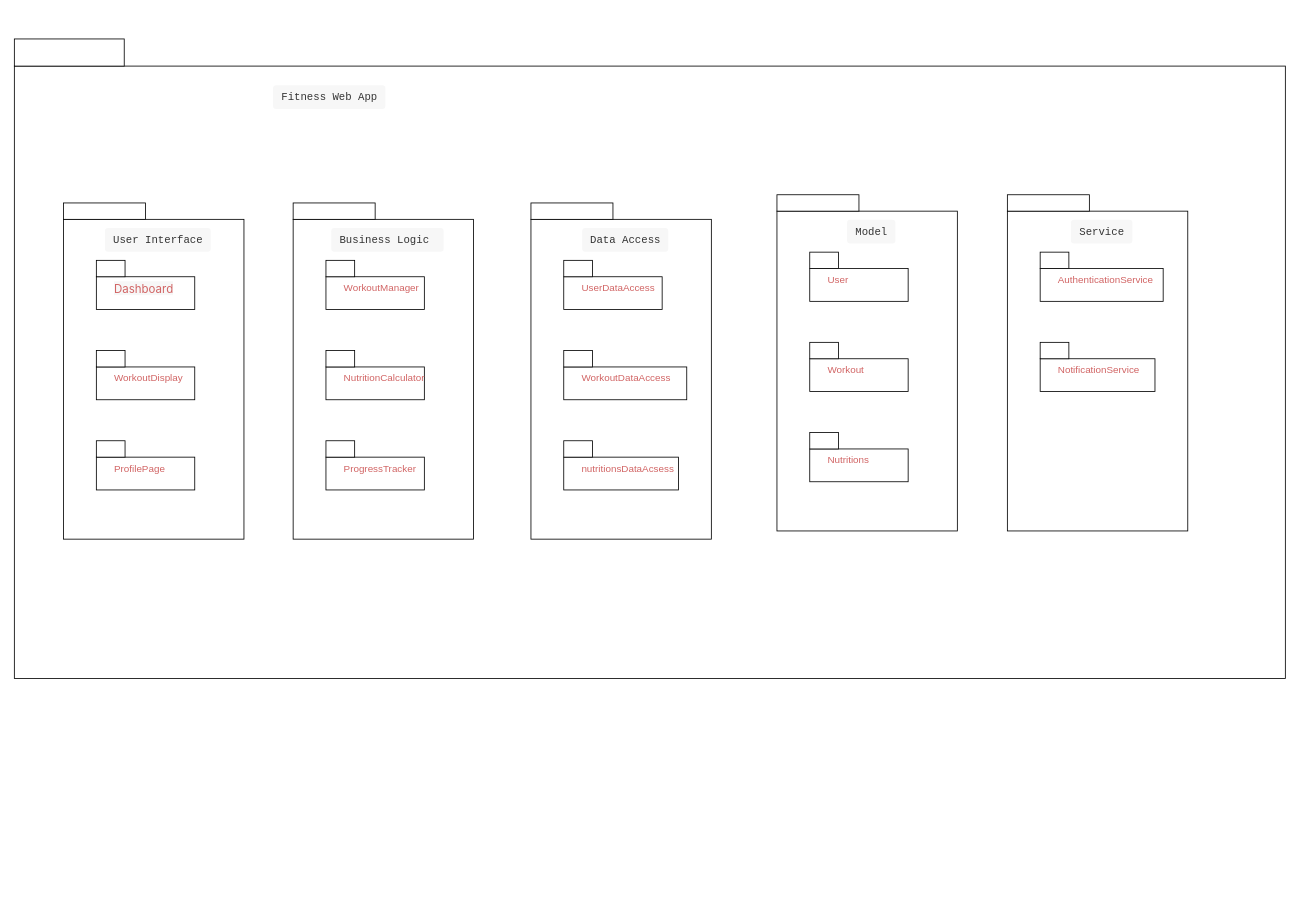
Ebrahim-Ramadan/myfitrainer-app keeps this draw.io diagram as public/PackageDiragram.drawio. Above is the earlier version. Source tidied: cells renumbered, new cells numbered last; positions are measured from the earlier drawing's top-left corner, leaving out a move shared by most shapes. Both pictures are drawn from the tidied source at 82%, with x=0, y=0 at pixel (14, 14).
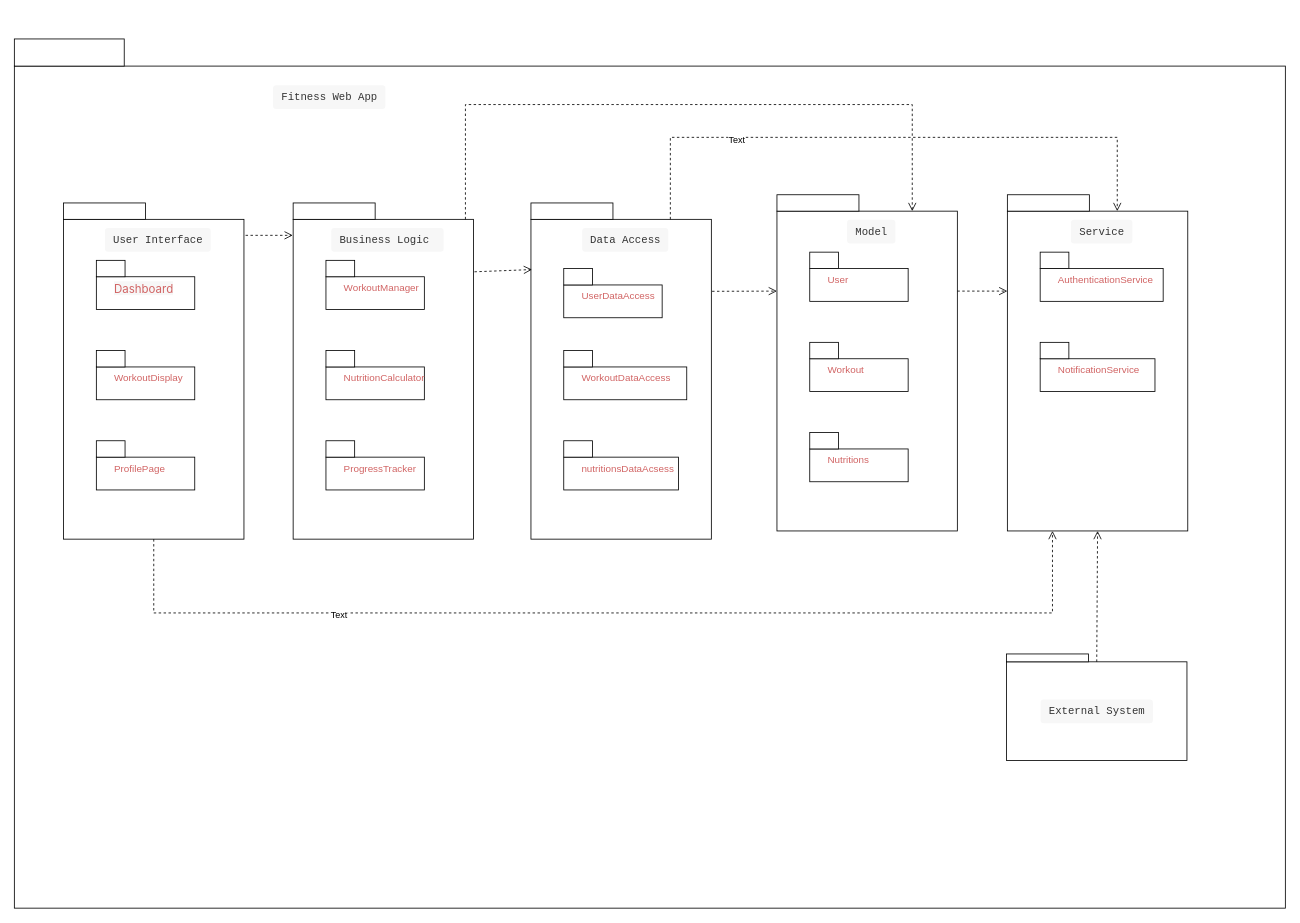
After the change.

Unchanged cells that the change refers to:
```xml
<mxCell id="7" style="rounded=0;whiteSpace=wrap;html=1;" parent="6" vertex="1">
  <mxGeometry y="20" width="220" height="390" as="geometry" />
</mxCell>
<mxCell id="23" style="rounded=0;whiteSpace=wrap;html=1;" parent="22" vertex="1">
  <mxGeometry y="20" width="220" height="390" as="geometry" />
</mxCell>
<mxCell id="39" style="rounded=0;whiteSpace=wrap;html=1;" parent="38" vertex="1">
  <mxGeometry y="20" width="220" height="390" as="geometry" />
</mxCell>
<mxCell id="54" style="group;" parent="2" vertex="1">
  <mxGeometry x="630" y="230" width="270" height="460" as="geometry" />
</mxCell>
<mxCell id="55" style="rounded=0;whiteSpace=wrap;html=1;" parent="54" vertex="1">
  <mxGeometry y="20" width="220" height="390" as="geometry" />
</mxCell>
<mxCell id="71" style="rounded=0;whiteSpace=wrap;html=1;" parent="70" vertex="1">
  <mxGeometry y="20" width="220" height="390" as="geometry" />
</mxCell>
```

What changed in the source:
```diff
@@
     <mxCell id="2" style="group;" parent="1" vertex="1">
-      <mxGeometry width="1550" height="940" as="geometry" />
+      <mxGeometry width="1550" height="1090" as="geometry" />
     </mxCell>
     <mxCell id="3" style="rounded=0;whiteSpace=wrap;html=1;" parent="2" vertex="1">
-      <mxGeometry y="63.1" width="1550" height="746.9" as="geometry" />
+      <mxGeometry y="63.1" width="1550" height="1026.9" as="geometry" />
     </mxCell>
@@
     <mxCell id="58" style="group;" parent="54" vertex="1">
-      <mxGeometry x="40" y="70" width="120" height="60" as="geometry" />
+      <mxGeometry x="40" y="80" width="120" height="60" as="geometry" />
     </mxCell>
@@
+    <mxCell id="82" style="html=1;verticalAlign=bottom;endArrow=open;dashed=1;endSize=8;curved=0;rounded=0;exitX=1.009;exitY=0.05;exitDx=0;exitDy=0;exitPerimeter=0;entryX=-0.002;entryY=0.05;entryDx=0;entryDy=0;entryPerimeter=0;" parent="2" edge="1" source="7" target="23">
+      <mxGeometry relative="1" as="geometry" />
+    </mxCell>
+    <mxCell id="83" style="html=1;verticalAlign=bottom;endArrow=open;dashed=1;endSize=8;curved=0;rounded=0;exitX=1.005;exitY=0.164;exitDx=0;exitDy=0;exitPerimeter=0;entryX=0.006;entryY=0.157;entryDx=0;entryDy=0;entryPerimeter=0;" parent="2" edge="1" source="23" target="55">
+      <mxGeometry relative="1" as="geometry" />
+    </mxCell>
+    <mxCell id="84" style="html=1;verticalAlign=bottom;endArrow=open;dashed=1;endSize=8;curved=0;rounded=0;exitX=1.004;exitY=0.225;exitDx=0;exitDy=0;entryX=0;entryY=0.25;entryDx=0;entryDy=0;exitPerimeter=0;" parent="2" edge="1" source="55" target="39">
+      <mxGeometry relative="1" as="geometry" />
+    </mxCell>
+    <mxCell id="85" style="html=1;verticalAlign=bottom;endArrow=open;dashed=1;endSize=8;curved=0;rounded=0;exitX=1;exitY=0.25;exitDx=0;exitDy=0;entryX=0;entryY=0.25;entryDx=0;entryDy=0;" parent="2" edge="1" source="39" target="71">
+      <mxGeometry relative="1" as="geometry" />
+    </mxCell>
+    <mxCell id="86" style="html=1;verticalAlign=bottom;endArrow=open;dashed=1;endSize=8;rounded=0;exitX=0.955;exitY=0;exitDx=0;exitDy=0;exitPerimeter=0;entryX=0.75;entryY=0;entryDx=0;entryDy=0;edgeStyle=orthogonalEdgeStyle;" parent="2" edge="1" source="23" target="39">
+      <mxGeometry relative="1" as="geometry">
+        <Array as="points">
+          <mxPoint x="550" y="110" />
+          <mxPoint x="1095" y="110" />
+        </Array>
+      </mxGeometry>
+    </mxCell>
+    <mxCell id="87" style="html=1;verticalAlign=bottom;endArrow=open;dashed=1;endSize=8;rounded=0;exitX=0.955;exitY=0;exitDx=0;exitDy=0;exitPerimeter=0;entryX=0.75;entryY=0;entryDx=0;entryDy=0;edgeStyle=orthogonalEdgeStyle;" parent="2" edge="1">
+      <mxGeometry relative="1" as="geometry">
+        <mxPoint x="800" y="250" as="sourcePoint" />
+        <mxPoint x="1345" y="240" as="targetPoint" />
+        <Array as="points">
+          <mxPoint x="800" y="150" />
+          <mxPoint x="1345" y="150" />
+        </Array>
+      </mxGeometry>
+    </mxCell>
+    <mxCell id="88" value="Text" style="edgeLabel;html=1;align=center;verticalAlign=middle;" parent="87" vertex="1">
+      <mxGeometry x="-0.51" y="-2" relative="1" as="geometry" />
+    </mxCell>
+    <mxCell id="89" style="group;" parent="2" vertex="1">
+      <mxGeometry x="1210" y="780" width="270" height="220" as="geometry" />
+    </mxCell>
+    <mxCell id="90" style="rounded=0;whiteSpace=wrap;html=1;" parent="89" vertex="1">
+      <mxGeometry y="9.6" width="220" height="120.4" as="geometry" />
+    </mxCell>
+    <mxCell id="91" style="rounded=0;whiteSpace=wrap;html=1;" parent="89" vertex="1">
+      <mxGeometry width="100" height="9.6" as="geometry" />
+    </mxCell>
+    <mxCell id="92" value="&lt;pre style=&quot;box-sizing: border-box; border: 0px; font-variant-numeric: inherit; font-variant-east-asian: inherit; font-variant-alternates: inherit; font-variant-position: inherit; font-stretch: inherit; line-height: 19.5px; font-optical-sizing: inherit; font-kerning: inherit; font-feature-settings: inherit; font-variation-settings: inherit; vertical-align: baseline; cursor: text; counter-reset: list-0 0; text-align: left; color: rgb(52, 52, 52) !important; margin-top: 5px !important; margin-bottom: 5px !important; padding: 5px 10px !important; overflow: hidden !important; background: rgb(247, 247, 247) !important; border-radius: 4px !important; font-size: 13px;&quot;&gt;External System&lt;br&gt;&lt;/pre&gt;" style="text;html=1;align=center;verticalAlign=middle;strokeColor=none;fillColor=none;fontSize=13;" parent="89" vertex="1">
+      <mxGeometry x="35" y="44.8" width="150" height="50" as="geometry" />
+    </mxCell>
+    <mxCell id="93" style="html=1;verticalAlign=bottom;endArrow=open;dashed=1;endSize=8;curved=0;rounded=0;entryX=0.5;entryY=1;entryDx=0;entryDy=0;exitX=0.5;exitY=0;exitDx=0;exitDy=0;" parent="2" edge="1" source="90" target="71">
+      <mxGeometry relative="1" as="geometry" />
+    </mxCell>
+    <mxCell id="94" style="html=1;verticalAlign=bottom;endArrow=open;dashed=1;endSize=8;rounded=0;exitX=0.5;exitY=1;exitDx=0;exitDy=0;entryX=0.25;entryY=1;entryDx=0;entryDy=0;edgeStyle=orthogonalEdgeStyle;" parent="2" edge="1" source="7" target="71">
+      <mxGeometry relative="1" as="geometry">
+        <Array as="points">
+          <mxPoint x="170" y="730" />
+          <mxPoint x="1266" y="730" />
+        </Array>
+      </mxGeometry>
+    </mxCell>
+    <mxCell id="95" value="Text" style="edgeLabel;html=1;align=center;verticalAlign=middle;" parent="94" vertex="1">
+      <mxGeometry x="-0.51" y="-2" relative="1" as="geometry" />
+    </mxCell>
```
